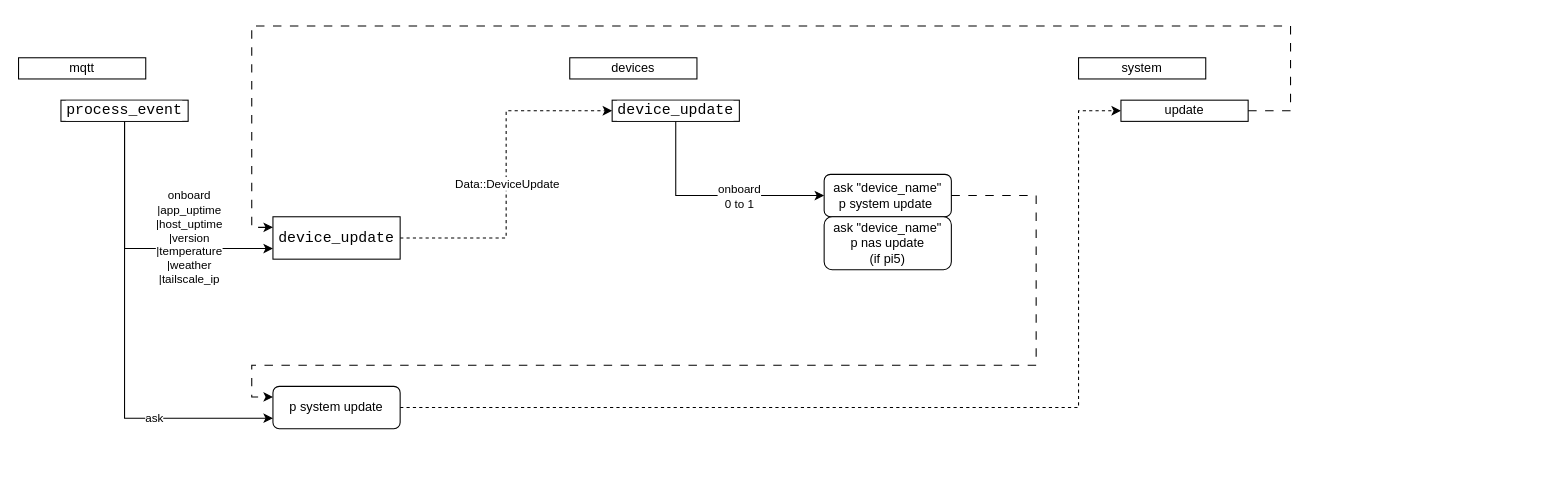
The draw.io diagram page "Page-1" (1 of 2) of document/architecture.drawio in timlin1972/cng, before the edit. Source tidied: cells renumbered, new cells numbered last; positions are measured from the earlier drawing's top-left corner, leaving out a move shared by most shapes. Both pictures are drawn from the tidied source at 106%, with x=0, y=0 at pixel (18, 25).
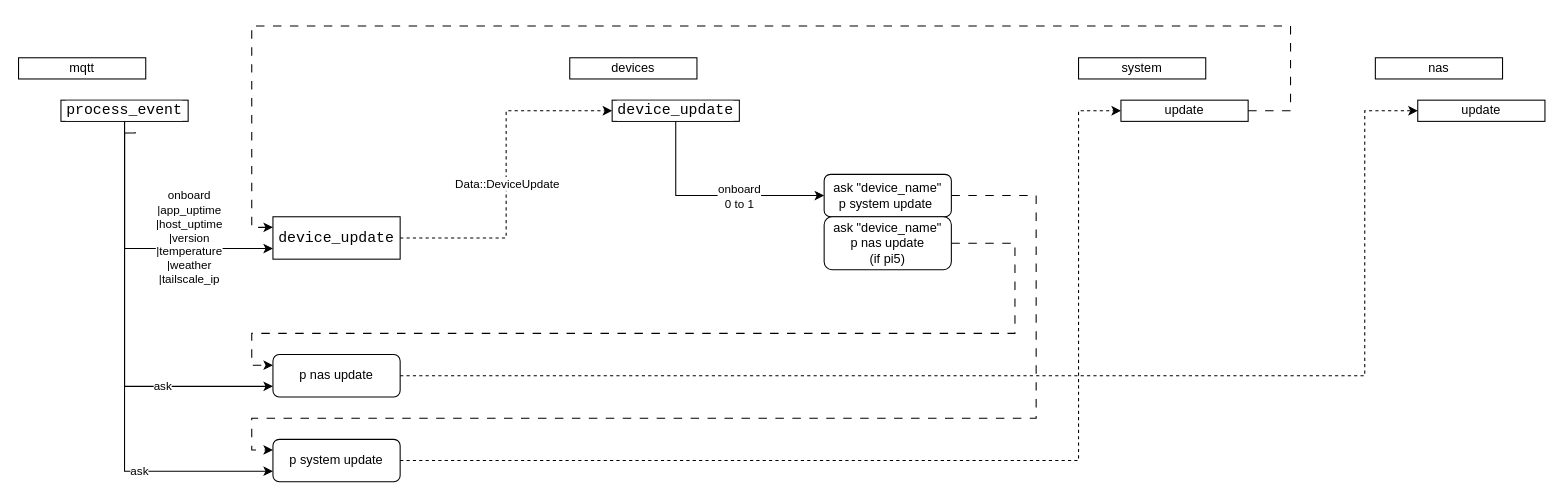
The same page after the edit.

Unchanged cells that the change refers to:
```xml
<mxCell id="15" value="ask &quot;device_name&quot;&lt;div&gt;p system update&amp;nbsp;&lt;/div&gt;" style="rounded=1;whiteSpace=wrap;html=1;" parent="1" vertex="1">
  <mxGeometry x="760" y="140" width="120" height="40" as="geometry" />
</mxCell>
<mxCell id="20" value="update" style="rounded=0;whiteSpace=wrap;html=1;" parent="1" vertex="1">
  <mxGeometry x="1040" y="70" width="120" height="20" as="geometry" />
</mxCell>
<mxCell id="22" value="ask &quot;device_name&quot;&lt;div&gt;p nas update&lt;/div&gt;&lt;div&gt;(if pi5)&lt;/div&gt;" style="rounded=1;whiteSpace=wrap;html=1;" parent="1" vertex="1">
  <mxGeometry x="760" y="180" width="120" height="50" as="geometry" />
</mxCell>
```

Change to the diagram source:
```diff
@@
     <mxCell id="16" style="edgeStyle=orthogonalEdgeStyle;rounded=0;jettySize=auto;html=1;entryX=0;entryY=0.5;entryDx=0;entryDy=0;dashed=1;exitX=1;exitY=0.5;exitDx=0;exitDy=0;" parent="1" edge="1" source="17" target="20">
       <mxGeometry relative="1" as="geometry">
         <Array as="points">
-          <mxPoint x="1000" y="360" />
+          <mxPoint x="1000" y="410" />
           <mxPoint x="1000" y="80" />
         </Array>
       </mxGeometry>
     </mxCell>
     <mxCell id="17" value="p system update" style="rounded=1;whiteSpace=wrap;html=1;" parent="1" vertex="1">
-      <mxGeometry x="240" y="340" width="120" height="40" as="geometry" />
+      <mxGeometry x="240" y="390" width="120" height="40" as="geometry" />
     </mxCell>
     <mxCell id="18" style="edgeStyle=orthogonalEdgeStyle;rounded=0;jettySize=auto;html=1;entryX=0;entryY=0.25;entryDx=0;entryDy=0;dashed=1;exitX=1;exitY=0.5;exitDx=0;exitDy=0;dashPattern=8 8;" parent="1" edge="1" source="15" target="17">
       <mxGeometry relative="1" as="geometry">
         <Array as="points">
           <mxPoint x="960" y="160" />
-          <mxPoint x="960" y="320" />
-          <mxPoint x="220" y="320" />
-          <mxPoint x="220" y="350" />
+          <mxPoint x="960" y="370" />
+          <mxPoint x="220" y="370" />
+          <mxPoint x="220" y="400" />
         </Array>
       </mxGeometry>
     </mxCell>
@@
+    <mxCell id="23" value="p nas update" style="rounded=1;whiteSpace=wrap;html=1;" parent="1" vertex="1">
+      <mxGeometry x="240" y="310" width="120" height="40" as="geometry" />
+    </mxCell>
+    <mxCell id="24" style="edgeStyle=orthogonalEdgeStyle;rounded=0;jettySize=auto;html=1;entryX=0;entryY=0.75;entryDx=0;entryDy=0;exitX=0.5;exitY=1;exitDx=0;exitDy=0;" parent="1" edge="1" target="23">
+      <mxGeometry relative="1" as="geometry">
+        <mxPoint x="110" y="100" as="sourcePoint" />
+        <Array as="points">
+          <mxPoint x="100" y="101" />
+          <mxPoint x="100" y="340" />
+        </Array>
+      </mxGeometry>
+    </mxCell>
+    <mxCell id="25" value="ask" style="edgeLabel;html=1;align=center;verticalAlign=middle;" parent="24" vertex="1">
+      <mxGeometry x="0.46" y="1" relative="1" as="geometry" />
+    </mxCell>
+    <mxCell id="26" style="edgeStyle=orthogonalEdgeStyle;rounded=0;jettySize=auto;html=1;entryX=0;entryY=0.25;entryDx=0;entryDy=0;dashed=1;exitX=1;exitY=0.5;exitDx=0;exitDy=0;dashPattern=8 8;" parent="1" edge="1" source="22" target="23">
+      <mxGeometry relative="1" as="geometry">
+        <Array as="points">
+          <mxPoint x="940" y="205" />
+          <mxPoint x="940" y="290" />
+          <mxPoint x="220" y="290" />
+          <mxPoint x="220" y="320" />
+        </Array>
+      </mxGeometry>
+    </mxCell>
+    <mxCell id="27" value="nas" style="rounded=0;whiteSpace=wrap;html=1;" parent="1" vertex="1">
+      <mxGeometry x="1280" y="30" width="120" height="20" as="geometry" />
+    </mxCell>
+    <mxCell id="28" value="update" style="rounded=0;whiteSpace=wrap;html=1;" parent="1" vertex="1">
+      <mxGeometry x="1320" y="70" width="120" height="20" as="geometry" />
+    </mxCell>
+    <mxCell id="29" style="edgeStyle=orthogonalEdgeStyle;rounded=0;jettySize=auto;html=1;dashed=1;exitX=1;exitY=0.5;exitDx=0;exitDy=0;entryX=0;entryY=0.5;entryDx=0;entryDy=0;" parent="1" edge="1" source="23" target="28">
+      <mxGeometry relative="1" as="geometry">
+        <Array as="points">
+          <mxPoint x="1270" y="330" />
+          <mxPoint x="1270" y="80" />
+        </Array>
+      </mxGeometry>
+    </mxCell>
```
